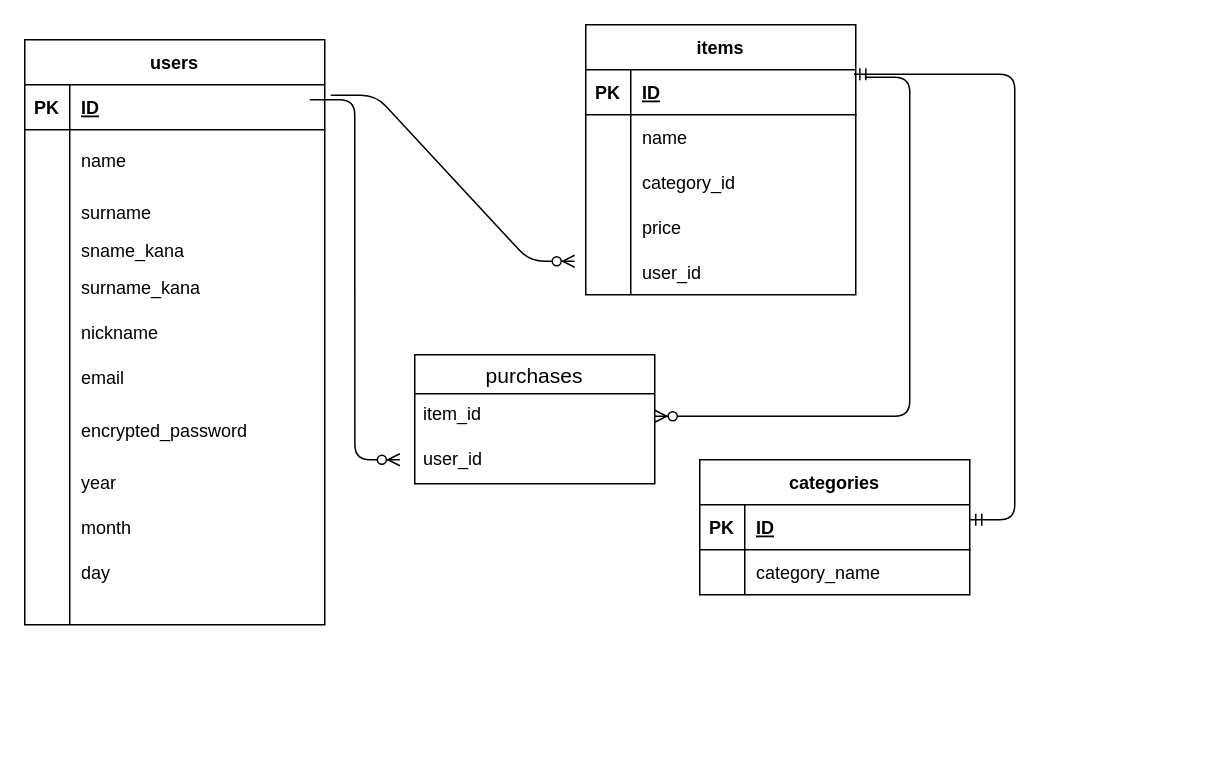
This is db.dio from kuragekamaboko/furima-38998, a draw.io file, before an edit. Source tidied: cells renumbered, new cells numbered last; positions are measured from the earlier drawing's top-left corner, leaving out a move shared by most shapes. Both pictures are drawn from the tidied source at 150%, with x=0, y=0 at pixel (24, 24).
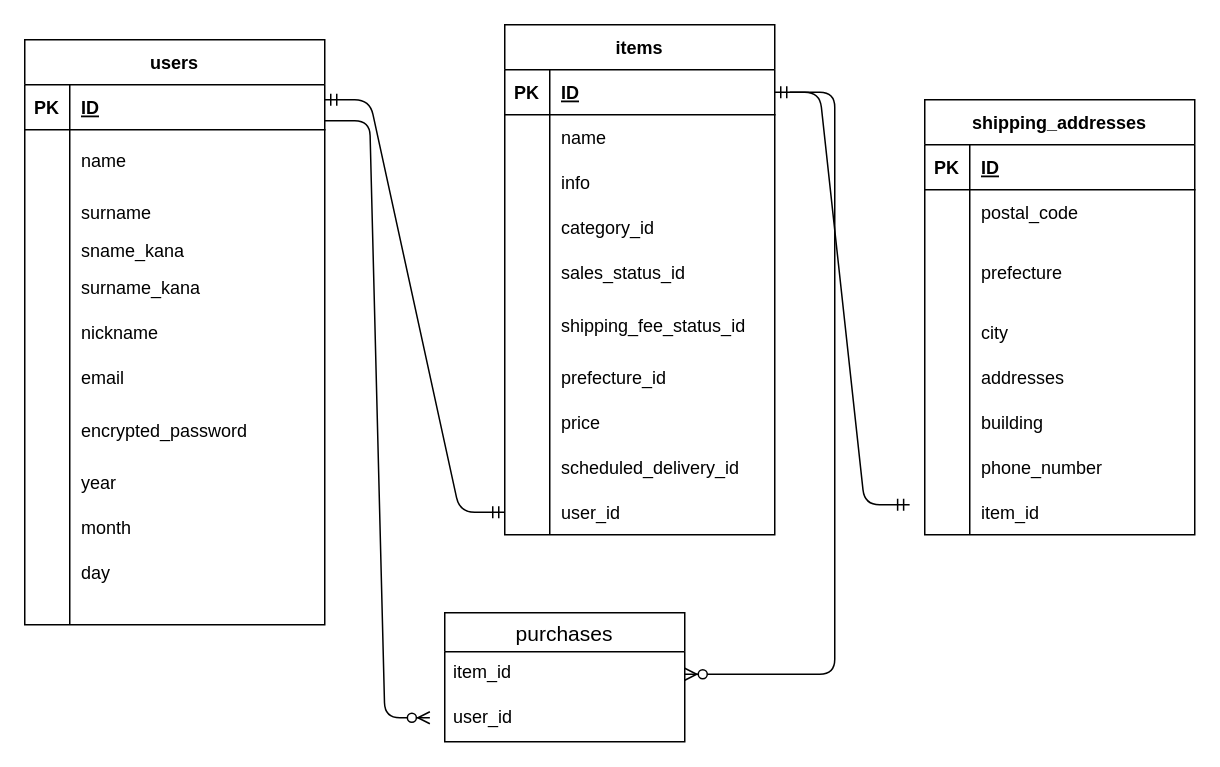
After the change.

Commit message (it also covers changes not shown here):
指摘事項の修正

The change refers to these unchanged cells:
```xml
<mxCell id="3" style="shape=tableRow;horizontal=0;startSize=0;swimlaneHead=0;swimlaneBody=0;fillColor=none;points=[[0,0.5],[1,0.5]];portConstraint=eastwest;top=0;left=0;right=0;bottom=1;" parent="2" vertex="1">
  <mxGeometry y="30" width="200" height="30" as="geometry" />
</mxCell>
<mxCell id="40" style="shape=tableRow;horizontal=0;startSize=0;swimlaneHead=0;swimlaneBody=0;fillColor=none;points=[[0,0.5],[1,0.5]];portConstraint=eastwest;top=0;left=0;right=0;bottom=1;" parent="39" vertex="1">
  <mxGeometry y="30" width="180" height="30" as="geometry" />
</mxCell>
<mxCell id="56" value="item_id" style="text;strokeColor=none;fillColor=none;spacingLeft=4;spacingRight=4;overflow=hidden;points=[[0,0.5],[1,0.5]];portConstraint=eastwest;fontSize=12;" parent="55" vertex="1">
  <mxGeometry y="26" width="160" height="30" as="geometry" />
</mxCell>
<mxCell id="57" value="user_id" style="text;strokeColor=none;fillColor=none;spacingLeft=4;spacingRight=4;overflow=hidden;points=[[0,0.5],[1,0.5]];portConstraint=eastwest;fontSize=12;" parent="55" vertex="1">
  <mxGeometry y="56" width="160" height="30" as="geometry" />
</mxCell>
```

Change to the diagram source:
```diff
@@
     <mxCell id="39" value="items" style="shape=table;startSize=30;childLayout=tableLayout;rowLines=0;fontStyle=1;align=center;" parent="1" vertex="1">
-      <mxGeometry x="374" width="180" height="180" as="geometry" />
+      <mxGeometry x="320" width="180" height="340" as="geometry" />
     </mxCell>
@@
+    <mxCell id="69" style="shape=tableRow;horizontal=0;startSize=0;swimlaneHead=0;swimlaneBody=0;fillColor=none;top=0;left=0;right=0;bottom=0;" parent="39" vertex="1">
+      <mxGeometry y="90" width="180" height="30" as="geometry" />
+    </mxCell>
+    <mxCell id="70" style="shape=partialRectangle;fillColor=none;top=0;left=0;bottom=0;right=0;overflow=hidden;" parent="69" vertex="1">
+      <mxGeometry width="30" height="30" as="geometry" />
+    </mxCell>
+    <mxCell id="71" value="info" style="shape=partialRectangle;fillColor=none;top=0;left=0;bottom=0;right=0;align=left;spacingLeft=6;overflow=hidden;" parent="69" vertex="1">
+      <mxGeometry x="30" width="150" height="30" as="geometry" />
+    </mxCell>
     <mxCell id="46" style="shape=tableRow;horizontal=0;startSize=0;swimlaneHead=0;swimlaneBody=0;fillColor=none;top=0;left=0;right=0;bottom=0;" parent="39" vertex="1">
-      <mxGeometry y="90" width="180" height="30" as="geometry" />
+      <mxGeometry y="120" width="180" height="30" as="geometry" />
     </mxCell>
@@
+    <mxCell id="72" style="shape=tableRow;horizontal=0;startSize=0;swimlaneHead=0;swimlaneBody=0;fillColor=none;top=0;left=0;right=0;bottom=0;" parent="39" vertex="1">
+      <mxGeometry y="150" width="180" height="30" as="geometry" />
+    </mxCell>
+    <mxCell id="73" style="shape=partialRectangle;fillColor=none;top=0;left=0;bottom=0;right=0;overflow=hidden;" parent="72" vertex="1">
+      <mxGeometry width="30" height="30" as="geometry" />
+    </mxCell>
+    <mxCell id="74" value="sales_status_id" style="shape=partialRectangle;fillColor=none;top=0;left=0;bottom=0;right=0;align=left;spacingLeft=6;overflow=hidden;" parent="72" vertex="1">
+      <mxGeometry x="30" width="150" height="30" as="geometry" />
+    </mxCell>
+    <mxCell id="75" style="shape=tableRow;horizontal=0;startSize=0;swimlaneHead=0;swimlaneBody=0;fillColor=none;top=0;left=0;right=0;bottom=0;" parent="39" vertex="1">
+      <mxGeometry y="180" width="180" height="40" as="geometry" />
+    </mxCell>
+    <mxCell id="76" style="shape=partialRectangle;fillColor=none;top=0;left=0;bottom=0;right=0;overflow=hidden;" parent="75" vertex="1">
+      <mxGeometry width="30" height="40" as="geometry" />
+    </mxCell>
+    <mxCell id="77" value="shipping_fee_status_id" style="shape=partialRectangle;fillColor=none;top=0;left=0;bottom=0;right=0;align=left;spacingLeft=6;overflow=hidden;" parent="75" vertex="1">
+      <mxGeometry x="30" width="150" height="40" as="geometry" />
+    </mxCell>
+    <mxCell id="78" style="shape=tableRow;horizontal=0;startSize=0;swimlaneHead=0;swimlaneBody=0;fillColor=none;top=0;left=0;right=0;bottom=0;" parent="39" vertex="1">
+      <mxGeometry y="220" width="180" height="30" as="geometry" />
+    </mxCell>
+    <mxCell id="79" style="shape=partialRectangle;fillColor=none;top=0;left=0;bottom=0;right=0;overflow=hidden;" parent="78" vertex="1">
+      <mxGeometry width="30" height="30" as="geometry" />
+    </mxCell>
+    <mxCell id="80" value="prefecture_id" style="shape=partialRectangle;fillColor=none;top=0;left=0;bottom=0;right=0;align=left;spacingLeft=6;overflow=hidden;" parent="78" vertex="1">
+      <mxGeometry x="30" width="150" height="30" as="geometry" />
+    </mxCell>
     <mxCell id="49" style="shape=tableRow;horizontal=0;startSize=0;swimlaneHead=0;swimlaneBody=0;fillColor=none;top=0;left=0;right=0;bottom=0;" parent="39" vertex="1">
-      <mxGeometry y="120" width="180" height="30" as="geometry" />
+      <mxGeometry y="250" width="180" height="30" as="geometry" />
     </mxCell>
@@
+    <mxCell id="81" style="shape=tableRow;horizontal=0;startSize=0;swimlaneHead=0;swimlaneBody=0;fillColor=none;top=0;left=0;right=0;bottom=0;" parent="39" vertex="1">
+      <mxGeometry y="280" width="180" height="30" as="geometry" />
+    </mxCell>
+    <mxCell id="82" style="shape=partialRectangle;fillColor=none;top=0;left=0;bottom=0;right=0;overflow=hidden;" parent="81" vertex="1">
+      <mxGeometry width="30" height="30" as="geometry" />
+    </mxCell>
+    <mxCell id="83" value="scheduled_delivery_id" style="shape=partialRectangle;fillColor=none;top=0;left=0;bottom=0;right=0;align=left;spacingLeft=6;overflow=hidden;" parent="81" vertex="1">
+      <mxGeometry x="30" width="150" height="30" as="geometry" />
+    </mxCell>
     <mxCell id="52" style="shape=tableRow;horizontal=0;startSize=0;swimlaneHead=0;swimlaneBody=0;fillColor=none;points=[[0,0.5],[1,0.5]];portConstraint=eastwest;top=0;left=0;right=0;bottom=0;" parent="39" vertex="1">
-      <mxGeometry y="150" width="180" height="30" as="geometry" />
+      <mxGeometry y="310" width="180" height="30" as="geometry" />
     </mxCell>
@@
     <mxCell id="55" value="purchases" style="swimlane;fontStyle=0;horizontal=1;startSize=26;align=center;fontSize=14;" parent="1" vertex="1">
-      <mxGeometry x="260" y="220" width="160" height="86" as="geometry" />
+      <mxGeometry x="280" y="392" width="160" height="86" as="geometry" />
     </mxCell>
@@
     <mxCell id="58" style="edgeStyle=entityRelationEdgeStyle;fontSize=12;html=1;endArrow=ERzeroToMany;endFill=1;" parent="1" edge="1" target="56">
       <mxGeometry relative="1" as="geometry">
-        <mxPoint x="560" y="35" as="sourcePoint" />
+        <mxPoint x="510" y="45" as="sourcePoint" />
       </mxGeometry>
     </mxCell>
-    <mxCell id="59" style="edgeStyle=entityRelationEdgeStyle;fontSize=12;html=1;endArrow=ERzeroToMany;endFill=1;exitX=1.02;exitY=0.233;exitDx=0;exitDy=0;exitPerimeter=0;entryX=-0.041;entryY=0.256;entryDx=0;entryDy=0;entryPerimeter=0;" parent="1" edge="1" source="3" target="52">
-      <mxGeometry relative="1" as="geometry" />
-    </mxCell>
     <mxCell id="60" style="edgeStyle=entityRelationEdgeStyle;fontSize=12;html=1;endArrow=ERzeroToMany;endFill=1;entryX=-0.062;entryY=0.467;entryDx=0;entryDy=0;entryPerimeter=0;" parent="1" edge="1" target="57">
       <mxGeometry relative="1" as="geometry">
-        <mxPoint x="190" y="50" as="sourcePoint" />
+        <mxPoint x="200" y="64" as="sourcePoint" />
       </mxGeometry>
     </mxCell>
-    <mxCell id="61" value="categories" style="shape=table;startSize=30;childLayout=tableLayout;rowLines=0;fontStyle=1;align=center;" parent="1" vertex="1">
-      <mxGeometry x="450" y="290" width="180" height="90" as="geometry" />
-    </mxCell>
+    <mxCell id="84" value="shipping_addresses" style="shape=table;startSize=30;childLayout=tableLayout;rowLines=0;fontStyle=1;align=center;" parent="1" vertex="1">
+      <mxGeometry x="600" y="50" width="180" height="290" as="geometry" />
+    </mxCell>
-    <mxCell id="62" style="shape=tableRow;horizontal=0;startSize=0;swimlaneHead=0;swimlaneBody=0;fillColor=none;top=0;left=0;right=0;bottom=1;" parent="61" vertex="1">
+    <mxCell id="62" style="shape=tableRow;horizontal=0;startSize=0;swimlaneHead=0;swimlaneBody=0;fillColor=none;top=0;left=0;right=0;bottom=1;" parent="84" vertex="1">
       <mxGeometry y="30" width="180" height="30" as="geometry" />
     </mxCell>
@@
-    <mxCell id="65" style="shape=tableRow;horizontal=0;startSize=0;swimlaneHead=0;swimlaneBody=0;fillColor=none;top=0;left=0;right=0;bottom=0;" parent="61" vertex="1">
+    <mxCell id="65" style="shape=tableRow;horizontal=0;startSize=0;swimlaneHead=0;swimlaneBody=0;fillColor=none;top=0;left=0;right=0;bottom=0;" parent="84" vertex="1">
       <mxGeometry y="60" width="180" height="30" as="geometry" />
     </mxCell>
-    <mxCell id="66" style="shape=partialRectangle;fillColor=none;top=0;left=0;bottom=0;right=0;overflow=hidden;" parent="65" vertex="1">
-      <mxGeometry width="30" height="30" as="geometry" />
-    </mxCell>
-    <mxCell id="67" value="category_name" style="shape=partialRectangle;fillColor=none;top=0;left=0;bottom=0;right=0;align=left;spacingLeft=6;overflow=hidden;" parent="65" vertex="1">
-      <mxGeometry x="30" width="150" height="30" as="geometry" />
-    </mxCell>
-    <mxCell id="68" style="edgeStyle=entityRelationEdgeStyle;fontSize=12;html=1;endArrow=ERmandOne;startArrow=ERmandOne;entryX=0.993;entryY=0.1;entryDx=0;entryDy=0;entryPerimeter=0;" parent="1" edge="1" target="40">
-      <mxGeometry relative="1" as="geometry">
-        <mxPoint x="630" y="330" as="sourcePoint" />
-      </mxGeometry>
-    </mxCell>
+    <mxCell id="85" style="shape=partialRectangle;fillColor=none;top=0;left=0;bottom=0;right=0;overflow=hidden;" parent="65" vertex="1">
+      <mxGeometry width="30" height="30" as="geometry" />
+    </mxCell>
+    <mxCell id="86" value="postal_code" style="shape=partialRectangle;fillColor=none;top=0;left=0;bottom=0;right=0;align=left;spacingLeft=6;overflow=hidden;" parent="65" vertex="1">
+      <mxGeometry x="30" width="150" height="30" as="geometry" />
+    </mxCell>
+    <mxCell id="87" style="shape=tableRow;horizontal=0;startSize=0;swimlaneHead=0;swimlaneBody=0;fillColor=none;top=0;left=0;right=0;bottom=0;" parent="84" vertex="1">
+      <mxGeometry y="90" width="180" height="50" as="geometry" />
+    </mxCell>
+    <mxCell id="88" style="shape=partialRectangle;fillColor=none;top=0;left=0;bottom=0;right=0;overflow=hidden;" parent="87" vertex="1">
+      <mxGeometry width="30" height="50" as="geometry" />
+    </mxCell>
+    <mxCell id="89" value="prefecture" style="shape=partialRectangle;fillColor=none;top=0;left=0;bottom=0;right=0;align=left;spacingLeft=6;overflow=hidden;" parent="87" vertex="1">
+      <mxGeometry x="30" width="150" height="50" as="geometry" />
+    </mxCell>
+    <mxCell id="90" style="shape=tableRow;horizontal=0;startSize=0;swimlaneHead=0;swimlaneBody=0;fillColor=none;top=0;left=0;right=0;bottom=0;" parent="84" vertex="1">
+      <mxGeometry y="140" width="180" height="30" as="geometry" />
+    </mxCell>
+    <mxCell id="91" style="shape=partialRectangle;fillColor=none;top=0;left=0;bottom=0;right=0;overflow=hidden;" parent="90" vertex="1">
+      <mxGeometry width="30" height="30" as="geometry" />
+    </mxCell>
+    <mxCell id="92" value="city" style="shape=partialRectangle;fillColor=none;top=0;left=0;bottom=0;right=0;align=left;spacingLeft=6;overflow=hidden;" parent="90" vertex="1">
+      <mxGeometry x="30" width="150" height="30" as="geometry" />
+    </mxCell>
+    <mxCell id="93" style="shape=tableRow;horizontal=0;startSize=0;swimlaneHead=0;swimlaneBody=0;fillColor=none;top=0;left=0;right=0;bottom=0;" parent="84" vertex="1">
+      <mxGeometry y="170" width="180" height="30" as="geometry" />
+    </mxCell>
+    <mxCell id="94" style="shape=partialRectangle;fillColor=none;top=0;left=0;bottom=0;right=0;overflow=hidden;" parent="93" vertex="1">
+      <mxGeometry width="30" height="30" as="geometry" />
+    </mxCell>
+    <mxCell id="95" value="addresses" style="shape=partialRectangle;fillColor=none;top=0;left=0;bottom=0;right=0;align=left;spacingLeft=6;overflow=hidden;" parent="93" vertex="1">
+      <mxGeometry x="30" width="150" height="30" as="geometry" />
+    </mxCell>
+    <mxCell id="96" style="shape=tableRow;horizontal=0;startSize=0;swimlaneHead=0;swimlaneBody=0;fillColor=none;top=0;left=0;right=0;bottom=0;" parent="84" vertex="1">
+      <mxGeometry y="200" width="180" height="30" as="geometry" />
+    </mxCell>
+    <mxCell id="97" style="shape=partialRectangle;fillColor=none;top=0;left=0;bottom=0;right=0;overflow=hidden;" parent="96" vertex="1">
+      <mxGeometry width="30" height="30" as="geometry" />
+    </mxCell>
+    <mxCell id="98" value="building" style="shape=partialRectangle;fillColor=none;top=0;left=0;bottom=0;right=0;align=left;spacingLeft=6;overflow=hidden;" parent="96" vertex="1">
+      <mxGeometry x="30" width="150" height="30" as="geometry" />
+    </mxCell>
+    <mxCell id="99" style="shape=tableRow;horizontal=0;startSize=0;swimlaneHead=0;swimlaneBody=0;fillColor=none;top=0;left=0;right=0;bottom=0;" parent="84" vertex="1">
+      <mxGeometry y="230" width="180" height="30" as="geometry" />
+    </mxCell>
+    <mxCell id="100" style="shape=partialRectangle;fillColor=none;top=0;left=0;bottom=0;right=0;overflow=hidden;" parent="99" vertex="1">
+      <mxGeometry width="30" height="30" as="geometry" />
+    </mxCell>
+    <mxCell id="101" value="phone_number" style="shape=partialRectangle;fillColor=none;top=0;left=0;bottom=0;right=0;align=left;spacingLeft=6;overflow=hidden;" parent="99" vertex="1">
+      <mxGeometry x="30" width="150" height="30" as="geometry" />
+    </mxCell>
+    <mxCell id="102" style="shape=tableRow;horizontal=0;startSize=0;swimlaneHead=0;swimlaneBody=0;fillColor=none;points=[[0,0.5],[1,0.5]];portConstraint=eastwest;top=0;left=0;right=0;bottom=0;" parent="84" vertex="1">
+      <mxGeometry y="260" width="180" height="30" as="geometry" />
+    </mxCell>
+    <mxCell id="103" style="shape=partialRectangle;fillColor=none;top=0;left=0;bottom=0;right=0;overflow=hidden;" parent="102" vertex="1">
+      <mxGeometry width="30" height="30" as="geometry" />
+    </mxCell>
+    <mxCell id="104" value="item_id" style="shape=partialRectangle;fillColor=none;top=0;left=0;bottom=0;right=0;align=left;spacingLeft=6;overflow=hidden;" parent="102" vertex="1">
+      <mxGeometry x="30" width="150" height="30" as="geometry" />
+    </mxCell>
+    <mxCell id="105" style="edgeStyle=entityRelationEdgeStyle;fontSize=12;html=1;endArrow=ERmandOne;startArrow=ERmandOne;entryX=1;entryY=0.5;entryDx=0;entryDy=0;exitX=-0.056;exitY=0.333;exitDx=0;exitDy=0;exitPerimeter=0;" parent="1" edge="1" source="102" target="40">
+      <mxGeometry relative="1" as="geometry" />
+    </mxCell>
+    <mxCell id="106" style="edgeStyle=entityRelationEdgeStyle;fontSize=12;html=1;endArrow=ERmandOne;startArrow=ERmandOne;entryX=0;entryY=0.5;entryDx=0;entryDy=0;" parent="1" edge="1" target="52">
+      <mxGeometry relative="1" as="geometry">
+        <mxPoint x="200" y="50" as="sourcePoint" />
+      </mxGeometry>
+    </mxCell>
```
